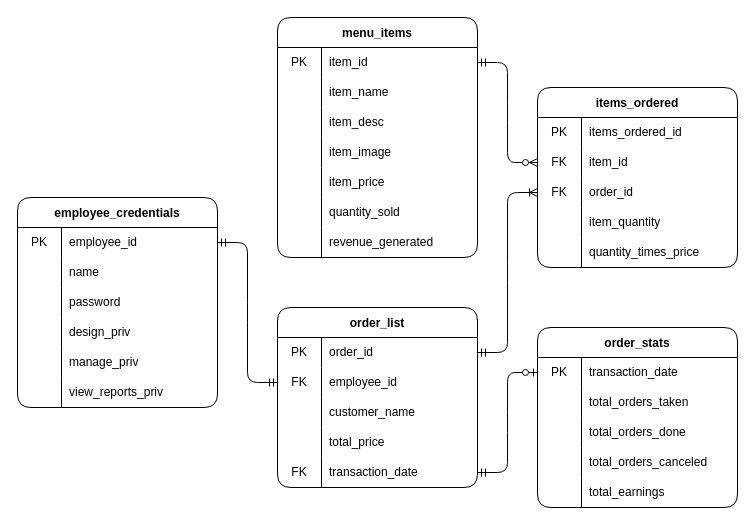
Above: DOCS/Diagrams/ERD Diagram.drawio in alexxGmZ/MenuMaApp (draw.io), before the change. Source tidied: cells renumbered, new cells numbered last; positions are measured from the earlier drawing's top-left corner, leaving out a move shared by most shapes. Both pictures are drawn from the tidied source at 100%, with x=0, y=0 at pixel (17, 17).
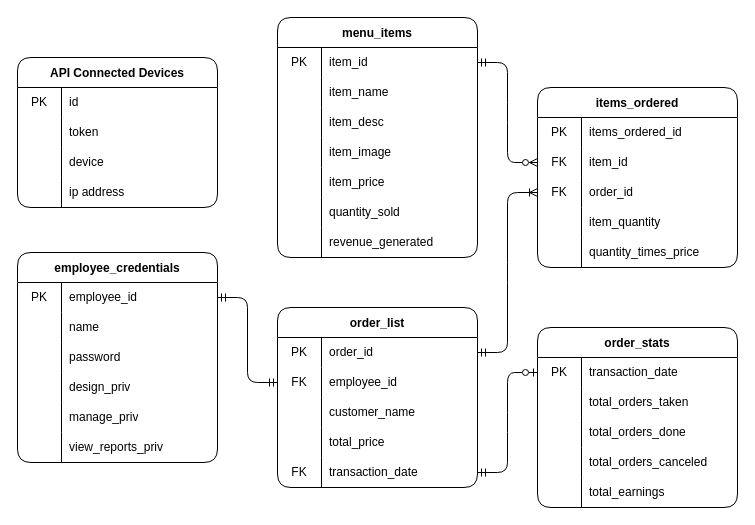
Above is the later version.

Commit message:
revising erd diagram with api connected devices

What changed in the source:
```diff
@@
     <mxCell id="2" value="employee_credentials" style="shape=table;startSize=30;childLayout=tableLayout;rowLines=0;fontStyle=1;rounded=1;" parent="1" vertex="1">
-      <mxGeometry y="180" width="200" height="210" as="geometry" />
+      <mxGeometry y="235" width="200" height="210" as="geometry" />
     </mxCell>
@@
+    <mxCell id="95" value="API Connected Devices" style="shape=table;startSize=30;childLayout=tableLayout;rowLines=0;fontStyle=1;rounded=1;" parent="1" vertex="1">
+      <mxGeometry y="40" width="200" height="150" as="geometry" />
+    </mxCell>
+    <mxCell id="96" style="shape=tableRow;horizontal=0;startSize=0;swimlaneHead=0;swimlaneBody=0;top=0;left=0;bottom=0;right=0;fillColor=none;" parent="95" vertex="1">
+      <mxGeometry y="30" width="200" height="30" as="geometry" />
+    </mxCell>
+    <mxCell id="97" value="PK" style="shape=partialRectangle;html=1;whiteSpace=wrap;fillColor=none;top=0;left=0;bottom=0;right=0;overflow=hidden;" parent="96" vertex="1">
+      <mxGeometry width="44" height="30" as="geometry" />
+    </mxCell>
+    <mxCell id="98" value="id" style="shape=partialRectangle;html=1;whiteSpace=wrap;fillColor=none;top=0;left=0;bottom=0;right=0;align=left;spacingLeft=6;overflow=hidden;" parent="96" vertex="1">
+      <mxGeometry x="44" width="156" height="30" as="geometry" />
+    </mxCell>
+    <mxCell id="99" style="shape=tableRow;horizontal=0;startSize=0;swimlaneHead=0;swimlaneBody=0;top=0;left=0;bottom=0;right=0;fillColor=none;" parent="95" vertex="1">
+      <mxGeometry y="60" width="200" height="30" as="geometry" />
+    </mxCell>
+    <mxCell id="100" style="shape=partialRectangle;html=1;whiteSpace=wrap;fillColor=none;top=0;left=0;bottom=0;right=0;overflow=hidden;" parent="99" vertex="1">
+      <mxGeometry width="44" height="30" as="geometry" />
+    </mxCell>
+    <mxCell id="101" value="token" style="shape=partialRectangle;html=1;whiteSpace=wrap;fillColor=none;top=0;left=0;bottom=0;right=0;align=left;spacingLeft=6;overflow=hidden;" parent="99" vertex="1">
+      <mxGeometry x="44" width="156" height="30" as="geometry" />
+    </mxCell>
+    <mxCell id="102" style="shape=tableRow;horizontal=0;startSize=0;swimlaneHead=0;swimlaneBody=0;top=0;left=0;bottom=0;right=0;fillColor=none;" parent="95" vertex="1">
+      <mxGeometry y="90" width="200" height="30" as="geometry" />
+    </mxCell>
+    <mxCell id="103" style="shape=partialRectangle;html=1;whiteSpace=wrap;fillColor=none;top=0;left=0;bottom=0;right=0;overflow=hidden;" parent="102" vertex="1">
+      <mxGeometry width="44" height="30" as="geometry" />
+    </mxCell>
+    <mxCell id="104" value="device" style="shape=partialRectangle;html=1;whiteSpace=wrap;fillColor=none;top=0;left=0;bottom=0;right=0;align=left;spacingLeft=6;overflow=hidden;" parent="102" vertex="1">
+      <mxGeometry x="44" width="156" height="30" as="geometry" />
+    </mxCell>
+    <mxCell id="105" style="shape=tableRow;horizontal=0;startSize=0;swimlaneHead=0;swimlaneBody=0;top=0;left=0;bottom=0;right=0;fillColor=none;" parent="95" vertex="1">
+      <mxGeometry y="120" width="200" height="30" as="geometry" />
+    </mxCell>
+    <mxCell id="106" style="shape=partialRectangle;html=1;whiteSpace=wrap;fillColor=none;top=0;left=0;bottom=0;right=0;overflow=hidden;" parent="105" vertex="1">
+      <mxGeometry width="44" height="30" as="geometry" />
+    </mxCell>
+    <mxCell id="107" value="ip address" style="shape=partialRectangle;html=1;whiteSpace=wrap;fillColor=none;top=0;left=0;bottom=0;right=0;align=left;spacingLeft=6;overflow=hidden;" parent="105" vertex="1">
+      <mxGeometry x="44" width="156" height="30" as="geometry" />
+    </mxCell>
```
